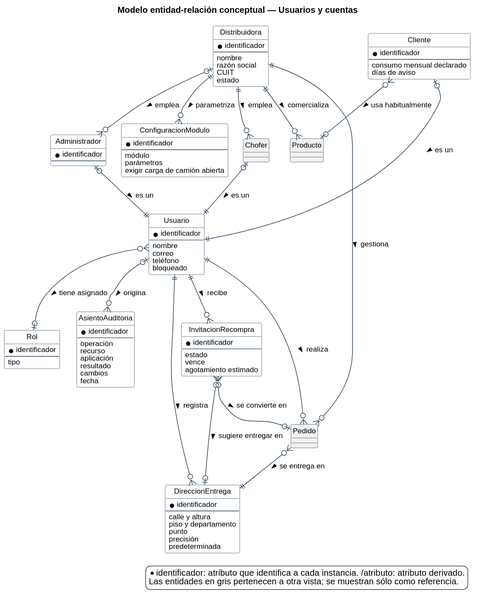
Before: diagramas/base-de-datos/conceptual/SPLG-der-01-usuarios-y-cuentas.svg, a diagram exported from PlantUML (Nahuelito-Dev/splg-docs).
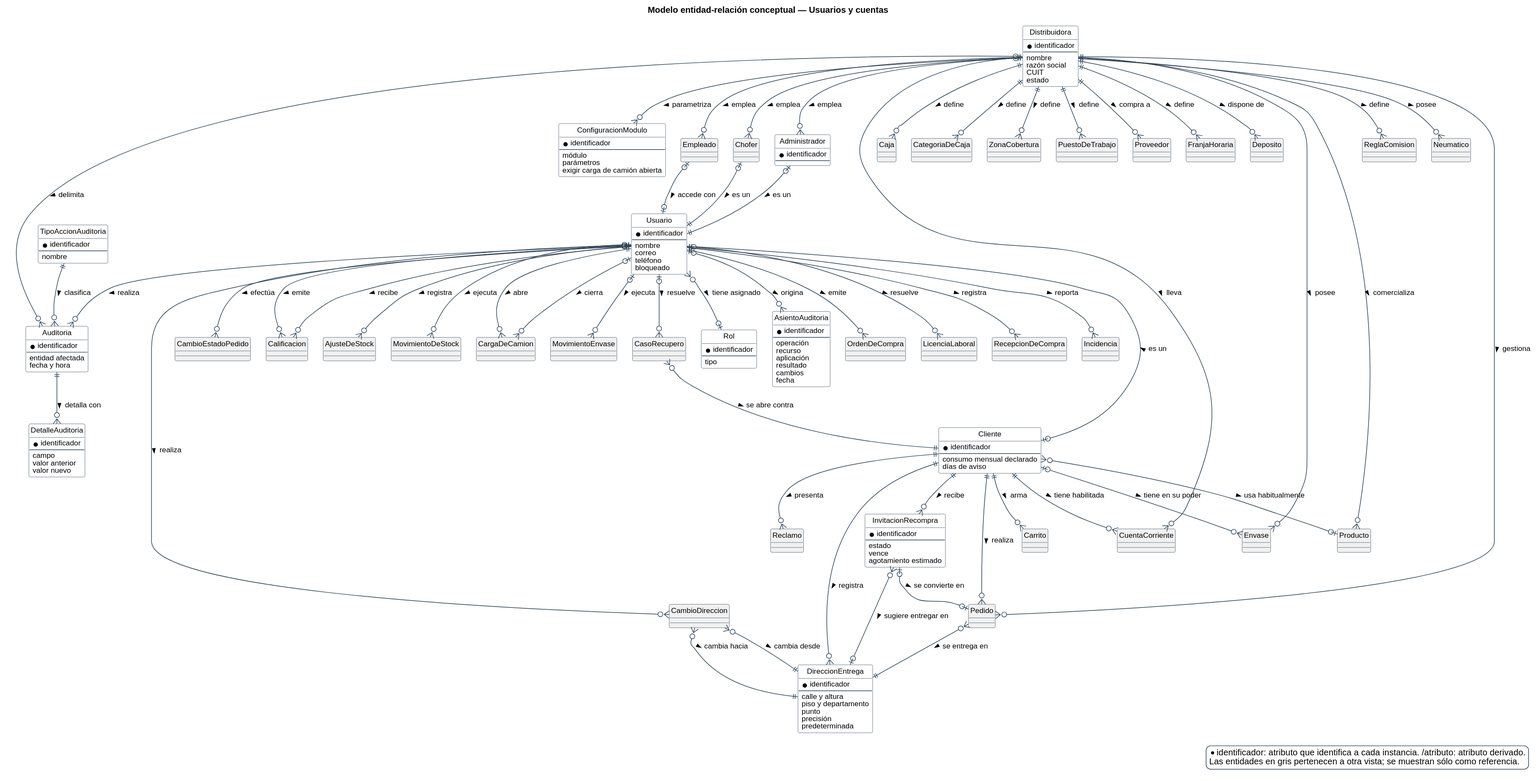
Above is the later version.

Change to the diagram source:
```diff
@@ -74,6 +74,24 @@
   {field} cambios
   {field} fecha
 }
+entity Auditoria {
+  * identificador
+  --
+  {field} entidad afectada
+  {field} fecha y hora
+}
+entity DetalleAuditoria {
+  * identificador
+  --
+  {field} campo
+  {field} valor anterior
+  {field} valor nuevo
+}
+entity TipoAccionAuditoria {
+  * identificador
+  --
+  {field} nombre
+}
 entity Cliente {
   * identificador
   --
@@ -102,24 +120,114 @@
 }
 entity Pedido #F1F1F1 {
 }
+entity Caja #F1F1F1 {
+}
+entity CategoriaDeCaja #F1F1F1 {
+}
+entity ZonaCobertura #F1F1F1 {
+}
+entity PuestoDeTrabajo #F1F1F1 {
+}
+entity Proveedor #F1F1F1 {
+}
+entity FranjaHoraria #F1F1F1 {
+}
+entity Deposito #F1F1F1 {
+}
+entity Carrito #F1F1F1 {
+}
+entity CuentaCorriente #F1F1F1 {
+}
+entity Empleado #F1F1F1 {
+}
+entity OrdenDeCompra #F1F1F1 {
+}
+entity ReglaComision #F1F1F1 {
+}
+entity LicenciaLaboral #F1F1F1 {
+}
+entity RecepcionDeCompra #F1F1F1 {
+}
+entity Neumatico #F1F1F1 {
+}
+entity Reclamo #F1F1F1 {
+}
+entity Envase #F1F1F1 {
+}
+entity Incidencia #F1F1F1 {
+}
+entity CambioDireccion #F1F1F1 {
+}
+entity CambioEstadoPedido #F1F1F1 {
+}
+entity Calificacion #F1F1F1 {
+}
+entity AjusteDeStock #F1F1F1 {
+}
+entity MovimientoDeStock #F1F1F1 {
+}
+entity CargaDeCamion #F1F1F1 {
+}
+entity MovimientoEnvase #F1F1F1 {
+}
+entity CasoRecupero #F1F1F1 {
+}
 
+Distribuidora ||--o{ Caja : define >
+Distribuidora ||--o{ CategoriaDeCaja : define >
+Distribuidora ||--o{ ZonaCobertura : define >
 Distribuidora ||--o{ Producto : comercializa >
+Distribuidora ||--o{ PuestoDeTrabajo : define >
+Distribuidora ||--o{ Proveedor : compra a >
+Distribuidora ||--o{ FranjaHoraria : define >
 Usuario }o--o| Rol : tiene asignado >
+Distribuidora ||--o{ Deposito : dispone de >
 Distribuidora |o--o{ Administrador : emplea >
 Administrador |o--|| Usuario : es un >
+TipoAccionAuditoria ||--o{ Auditoria : clasifica >
+Distribuidora |o--o{ Auditoria : delimita >
+Usuario |o--o{ Auditoria : realiza >
 Usuario |o--o{ AsientoAuditoria : origina >
+Cliente ||--o{ Carrito : arma >
 Cliente }o--o| Producto : usa habitualmente >
 Cliente |o--|| Usuario : es un >
+Distribuidora ||--o{ CuentaCorriente : lleva >
+Cliente ||--o{ CuentaCorriente : tiene habilitada >
 Distribuidora ||--o{ Chofer : emplea >
 Chofer |o--|| Usuario : es un >
+Distribuidora ||--o{ Empleado : emplea >
+Empleado |o--o| Usuario : accede con >
 Distribuidora ||--o{ ConfiguracionModulo : parametriza >
-Usuario ||--o{ DireccionEntrega : registra >
+Usuario ||--o{ OrdenDeCompra : emite >
+Cliente ||--o{ DireccionEntrega : registra >
+Auditoria ||--o{ DetalleAuditoria : detalla con >
+Distribuidora ||--o{ ReglaComision : define >
+Usuario |o--o{ LicenciaLaboral : resuelve >
 Pedido }o--|| DireccionEntrega : se entrega en >
-Usuario ||--o{ Pedido : realiza >
+Cliente ||--o{ Pedido : realiza >
 Distribuidora ||--o{ Pedido : gestiona >
+Usuario ||--o{ RecepcionDeCompra : registra >
+Distribuidora ||--o{ Neumatico : posee >
+Cliente ||--o{ Reclamo : presenta >
+Cliente |o--o{ Envase : tiene en su poder >
+Distribuidora ||--o{ Envase : posee >
+Usuario ||--o{ Incidencia : reporta >
+Usuario ||--o{ CambioDireccion : realiza >
+CambioDireccion }o--|| DireccionEntrega : cambia desde >
+CambioDireccion }o--|| DireccionEntrega : cambia hacia >
+Usuario |o--o{ CambioEstadoPedido : efectúa >
+Usuario ||--o{ Calificacion : emite >
+Usuario ||--o{ Calificacion : recibe >
 InvitacionRecompra }o--o| DireccionEntrega : sugiere entregar en >
-InvitacionRecompra }o--o| Pedido : se convierte en >
-Usuario ||--o{ InvitacionRecompra : recibe >
+InvitacionRecompra |o--o| Pedido : se convierte en >
+Cliente ||--o{ InvitacionRecompra : recibe >
+Usuario ||--o{ AjusteDeStock : registra >
+Usuario |o--o{ MovimientoDeStock : ejecuta >
+Usuario ||--o{ CargaDeCamion : abre >
+Usuario |o--o{ CargaDeCamion : cierra >
+Usuario |o--o{ MovimientoEnvase : ejecuta >
+Usuario |o--o{ CasoRecupero : resuelve >
+CasoRecupero }o--|| Cliente : se abre contra >
 
 legend bottom right
   * identificador: atributo que identifica a cada instancia.  /atributo: atributo derivado.
```
